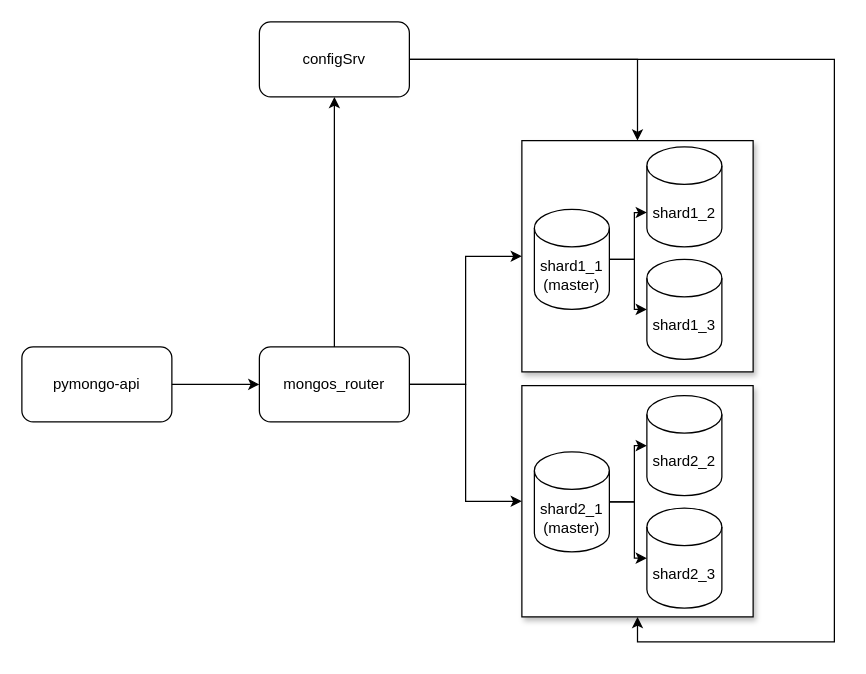
Above: page "2 вариант (репликация)" (2 of 3) of task1.drawio in ayrat404/yp-architecture-sprint-2 (draw.io), before the change. Source tidied: cells renumbered, new cells numbered last; positions are measured from the earlier drawing's top-left corner, leaving out a move shared by most shapes. Both pictures are drawn from the tidied source at 125%, with x=0, y=0 at pixel (21, 21).
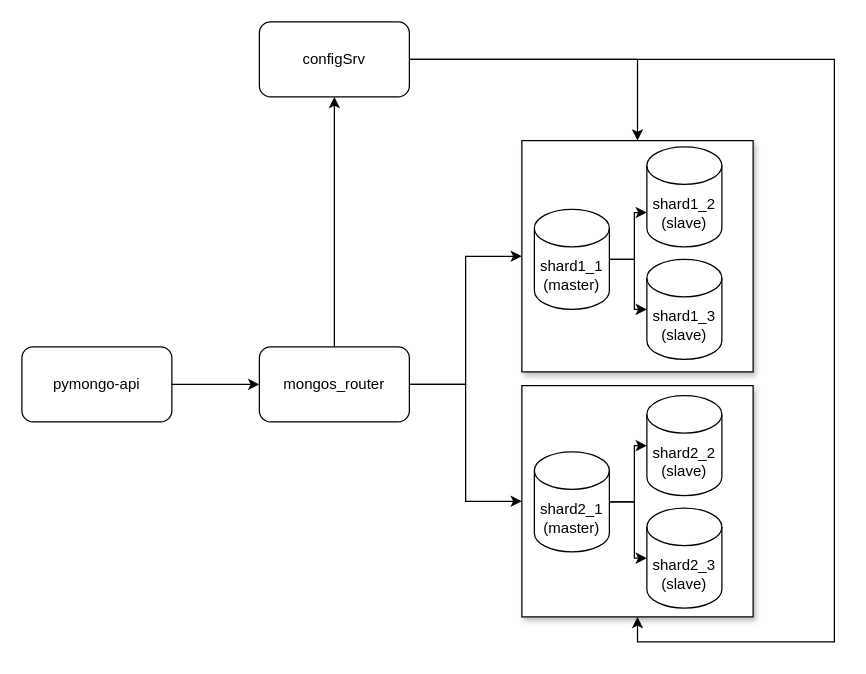
The same page after the edit.

Diff of the diagram source:
```diff
@@
-    <mxCell id="13" value="shard1_2" style="shape=cylinder3;whiteSpace=wrap;html=1;boundedLbl=1;backgroundOutline=1;size=15;" parent="1" vertex="1">
+    <mxCell id="13" value="shard1_2&lt;br&gt;(slave)" style="shape=cylinder3;whiteSpace=wrap;html=1;boundedLbl=1;backgroundOutline=1;size=15;" parent="1" vertex="1">
       <mxGeometry x="500" y="100" width="60" height="80" as="geometry" />
     </mxCell>
-    <mxCell id="14" value="shard1_3" style="shape=cylinder3;whiteSpace=wrap;html=1;boundedLbl=1;backgroundOutline=1;size=15;" parent="1" vertex="1">
+    <mxCell id="14" value="shard1_3&lt;br&gt;(slave)" style="shape=cylinder3;whiteSpace=wrap;html=1;boundedLbl=1;backgroundOutline=1;size=15;" parent="1" vertex="1">
       <mxGeometry x="500" y="190" width="60" height="80" as="geometry" />
     </mxCell>
@@
-    <mxCell id="16" value="shard2_2" style="shape=cylinder3;whiteSpace=wrap;html=1;boundedLbl=1;backgroundOutline=1;size=15;" parent="1" vertex="1">
+    <mxCell id="16" value="shard2_2&lt;br&gt;(slave)" style="shape=cylinder3;whiteSpace=wrap;html=1;boundedLbl=1;backgroundOutline=1;size=15;" parent="1" vertex="1">
       <mxGeometry x="500" y="299" width="60" height="80" as="geometry" />
     </mxCell>
-    <mxCell id="17" value="shard2_3" style="shape=cylinder3;whiteSpace=wrap;html=1;boundedLbl=1;backgroundOutline=1;size=15;" parent="1" vertex="1">
+    <mxCell id="17" value="shard2_3&lt;br&gt;(slave)" style="shape=cylinder3;whiteSpace=wrap;html=1;boundedLbl=1;backgroundOutline=1;size=15;" parent="1" vertex="1">
       <mxGeometry x="500" y="389" width="60" height="80" as="geometry" />
     </mxCell>
```
